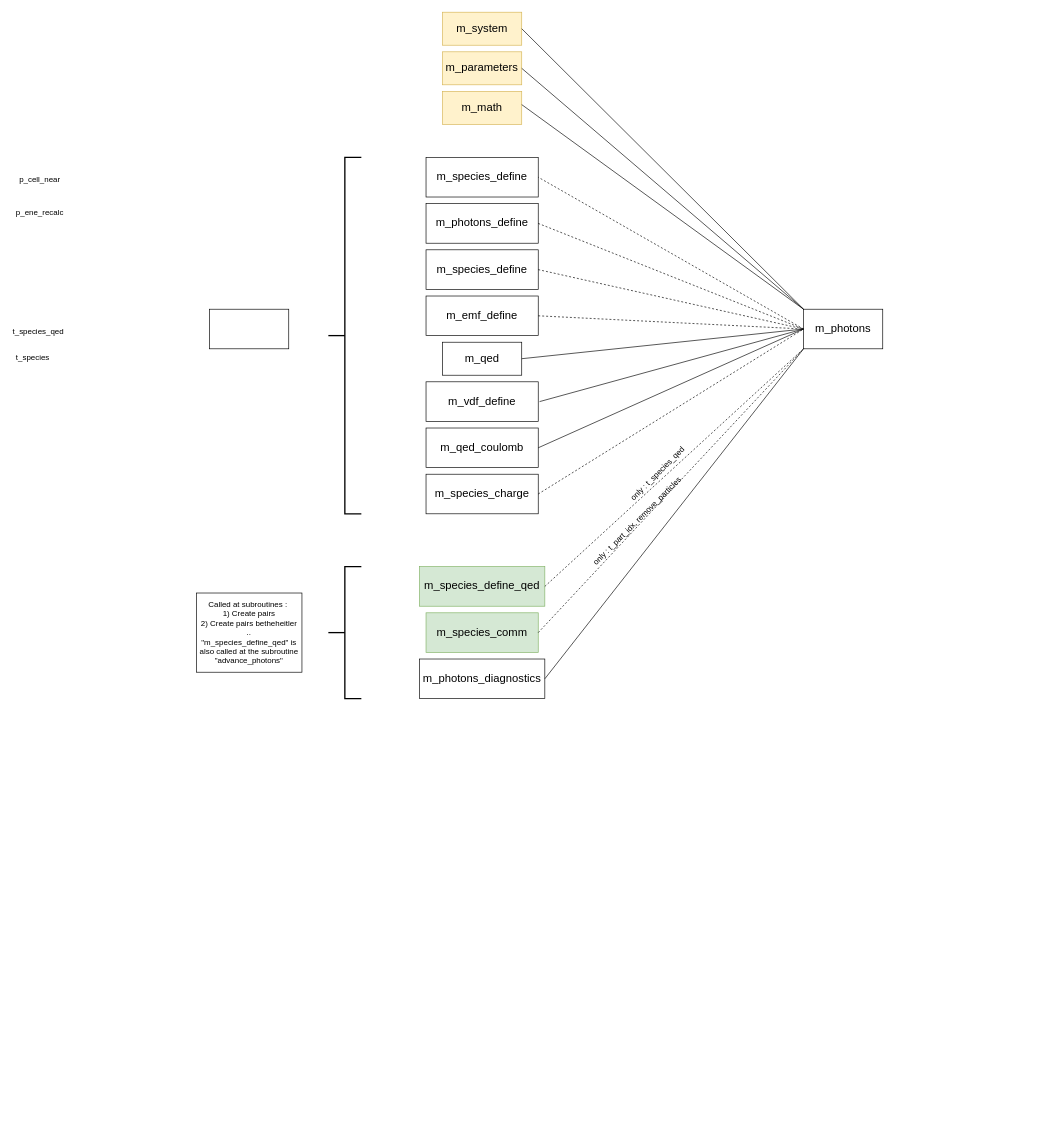
Earlier version of the draw.io diagram Photon-Pusher-Dependency-Tree.drawio (MilesRadford/Osiris-Axions). Source tidied: cells renumbered, new cells numbered last; positions are measured from the earlier drawing's top-left corner, leaving out a move shared by most shapes. Both pictures are drawn from the tidied source at 66%, with x=0, y=0 at pixel (11, 12).
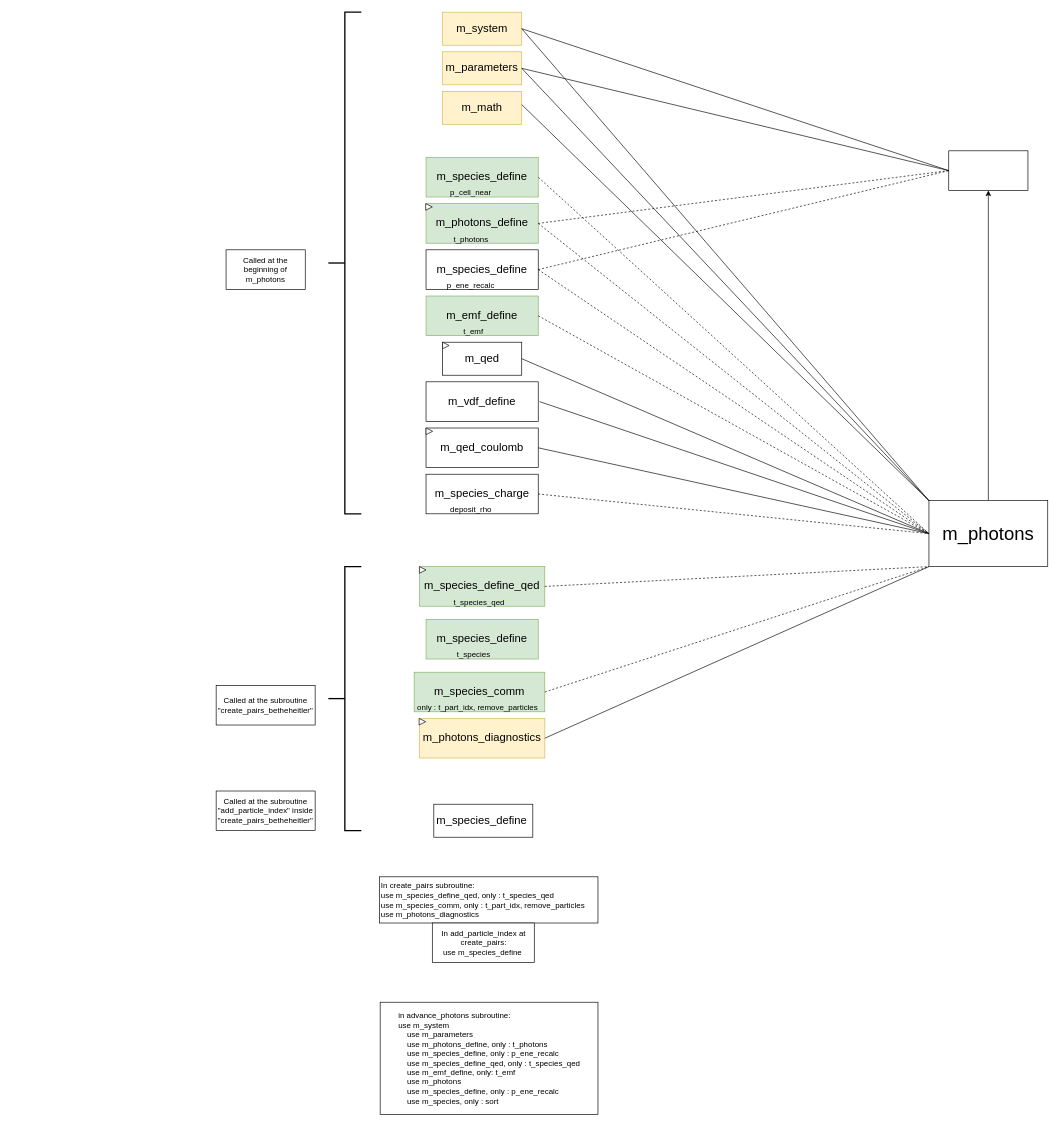
After the change.

Unchanged cells that the change refers to:
```xml
<mxCell id="3" value="&lt;font style=&quot;font-size: 17px;&quot;&gt;m_system&lt;/font&gt;" style="rounded=0;whiteSpace=wrap;html=1;fillColor=#fff2cc;strokeColor=#d6b656;" parent="1" vertex="1">
  <mxGeometry x="653" width="120" height="50" as="geometry" />
</mxCell>
<mxCell id="4" value="&lt;font style=&quot;font-size: 17px;&quot;&gt;m_parameters&lt;/font&gt;" style="rounded=0;whiteSpace=wrap;html=1;fillColor=#fff2cc;strokeColor=#d6b656;" parent="1" vertex="1">
  <mxGeometry x="653" y="60" width="120" height="50" as="geometry" />
</mxCell>
<mxCell id="9" value="&lt;font style=&quot;font-size: 17px;&quot;&gt;m_species_define&lt;/font&gt;" style="rounded=0;whiteSpace=wrap;html=1;" parent="1" vertex="1">
  <mxGeometry x="628" y="360" width="170" height="60" as="geometry" />
</mxCell>
```

What changed in the source:
```diff
@@
+    <mxCell id="42" style="edgeStyle=orthogonalEdgeStyle;rounded=0;jettySize=auto;html=1;exitX=0.5;exitY=0;exitDx=0;exitDy=0;entryX=0.5;entryY=1;entryDx=0;entryDy=0;" parent="1" edge="1" source="2" target="43">
+      <mxGeometry relative="1" as="geometry" />
+    </mxCell>
-    <mxCell id="2" value="&lt;font style=&quot;font-size: 17px;&quot;&gt;m_photons&lt;/font&gt;" style="rounded=0;whiteSpace=wrap;html=1;" parent="1" vertex="1">
-      <mxGeometry x="1200" y="450" width="120" height="60" as="geometry" />
+    <mxCell id="2" value="&lt;font style=&quot;font-size: 28px;&quot;&gt;m_photons&lt;/font&gt;" style="rounded=0;whiteSpace=wrap;html=1;" parent="1" vertex="1">
+      <mxGeometry x="1390" y="740" width="180" height="100" as="geometry" />
     </mxCell>
@@
-    <mxCell id="6" value="&lt;font style=&quot;font-size: 17px;&quot;&gt;m_species_define&lt;/font&gt;" style="rounded=0;whiteSpace=wrap;html=1;" parent="1" vertex="1">
+    <mxCell id="6" value="&lt;font style=&quot;font-size: 17px;&quot;&gt;m_species_define&lt;/font&gt;" style="rounded=0;whiteSpace=wrap;html=1;fillColor=#d5e8d4;strokeColor=#82b366;" parent="1" vertex="1">
       <mxGeometry x="628" y="220" width="170" height="60" as="geometry" />
     </mxCell>
@@
-    <mxCell id="10" value="&lt;font style=&quot;font-size: 17px;&quot;&gt;m_emf_define&lt;/font&gt;" style="rounded=0;whiteSpace=wrap;html=1;" parent="1" vertex="1">
+    <mxCell id="10" value="&lt;font style=&quot;font-size: 17px;&quot;&gt;m_emf_define&lt;/font&gt;" style="rounded=0;whiteSpace=wrap;html=1;fillColor=#d5e8d4;strokeColor=#82b366;" parent="1" vertex="1">
       <mxGeometry x="628" y="430" width="170" height="60" as="geometry" />
     </mxCell>
@@
-    <mxCell id="12" value="&lt;font style=&quot;font-size: 17px;&quot;&gt;m_photons_define&lt;/font&gt;" style="rounded=0;whiteSpace=wrap;html=1;" parent="1" vertex="1">
+    <mxCell id="12" value="&lt;font style=&quot;font-size: 17px;&quot;&gt;m_photons_define&lt;/font&gt;" style="rounded=0;whiteSpace=wrap;html=1;fillColor=#d5e8d4;strokeColor=#82b366;" parent="1" vertex="1">
       <mxGeometry x="628" y="290" width="170" height="60" as="geometry" />
     </mxCell>
@@
     <mxCell id="15" value="&lt;font style=&quot;font-size: 17px;&quot;&gt;m_species_comm&lt;/font&gt;" style="rounded=0;whiteSpace=wrap;html=1;fillColor=#d5e8d4;strokeColor=#82b366;" parent="1" vertex="1">
-      <mxGeometry x="628" y="910" width="170" height="60" as="geometry" />
+      <mxGeometry x="610" y="1000" width="198" height="60" as="geometry" />
     </mxCell>
-    <mxCell id="16" value="&lt;font style=&quot;font-size: 17px;&quot;&gt;m_photons_diagnostics&lt;/font&gt;" style="rounded=0;whiteSpace=wrap;html=1;" parent="1" vertex="1">
-      <mxGeometry x="618" y="980" width="190" height="60" as="geometry" />
+    <mxCell id="16" value="&lt;font style=&quot;font-size: 17px;&quot;&gt;m_photons_diagnostics&lt;/font&gt;" style="rounded=0;whiteSpace=wrap;html=1;fillColor=#fff2cc;strokeColor=#d6b656;" parent="1" vertex="1">
+      <mxGeometry x="618" y="1070" width="190" height="60" as="geometry" />
     </mxCell>
@@
-    <mxCell id="19" style="endArrow=none;html=1;rounded=0;entryX=1;entryY=0.5;entryDx=0;entryDy=0;" parent="1" edge="1">
+    <mxCell id="19" style="endArrow=none;html=1;rounded=0;entryX=1;entryY=0.5;entryDx=0;entryDy=0;exitX=0;exitY=0;exitDx=0;exitDy=0;" parent="1" edge="1" source="2">
       <mxGeometry relative="1" as="geometry">
-        <mxPoint x="1200" y="450" as="sourcePoint" />
         <mxPoint x="773" y="85" as="targetPoint" />
       </mxGeometry>
     </mxCell>
@@
-    <mxCell id="22" style="endArrow=none;html=1;rounded=0;" parent="1" edge="1">
+    <mxCell id="22" style="endArrow=none;html=1;rounded=0;exitX=0;exitY=0.5;exitDx=0;exitDy=0;" parent="1" edge="1" source="2">
       <mxGeometry relative="1" as="geometry">
-        <mxPoint x="1200" y="480" as="sourcePoint" />
         <mxPoint x="800" y="590" as="targetPoint" />
       </mxGeometry>
     </mxCell>
@@
-    <mxCell id="30" value="only : t_species_qed" style="text;whiteSpace=wrap;rotation=-45;" parent="1" vertex="1">
-      <mxGeometry x="910" y="680" width="140" height="2.9" as="geometry" />
-    </mxCell>
-    <mxCell id="31" value="only : t_part_idx, remove_particles" style="text;whiteSpace=wrap;rotation=-45;" parent="1" vertex="1">
-      <mxGeometry x="840" y="750" width="220" as="geometry" />
-    </mxCell>
-    <mxCell id="32" style="endArrow=none;dashed=1;html=1;rounded=0;exitX=1;exitY=0.5;exitDx=0;exitDy=0;" parent="1" edge="1" source="15">
-      <mxGeometry relative="1" as="geometry">
-        <mxPoint x="1200" y="510" as="targetPoint" />
-      </mxGeometry>
+    <mxCell id="32" style="endArrow=none;dashed=1;html=1;rounded=0;exitX=1;exitY=0.5;exitDx=0;exitDy=0;entryX=0;entryY=1;entryDx=0;entryDy=0;" parent="1" edge="1" source="15" target="2">
+      <mxGeometry relative="1" as="geometry" />
     </mxCell>
@@
     <mxCell id="34" style="strokeWidth=2;html=1;shape=mxgraph.flowchart.annotation_2;align=left;labelPosition=right;" parent="1" vertex="1">
-      <mxGeometry x="480" y="840" width="50" height="200" as="geometry" />
+      <mxGeometry x="480" y="840" width="50" height="400" as="geometry" />
     </mxCell>
-    <mxCell id="35" style="rounded=0;whiteSpace=wrap;html=1;" parent="1" vertex="1">
-      <mxGeometry x="300" y="450" width="120" height="60" as="geometry" />
+    <mxCell id="35" value="Called at the subroutine &quot;create_pairs_betheheitler&quot;" style="rounded=0;whiteSpace=wrap;html=1;" parent="1" vertex="1">
+      <mxGeometry x="310" y="1020" width="150" height="60" as="geometry" />
     </mxCell>
-    <mxCell id="36" value="Called at subroutines :&amp;nbsp;&lt;div&gt;1) Create pairs&lt;/div&gt;&lt;div&gt;2) Create pairs betheheitler&lt;/div&gt;&lt;div&gt;..&lt;/div&gt;&lt;div&gt;&quot;m_species_define_qed&quot; is also called at the subroutine &quot;advance_photons&quot;&lt;br&gt;&lt;/div&gt;" style="rounded=0;whiteSpace=wrap;html=1;" parent="1" vertex="1">
-      <mxGeometry x="280" y="880" width="160" height="120" as="geometry" />
-    </mxCell>
     <mxCell id="37" style="strokeWidth=2;html=1;shape=mxgraph.flowchart.annotation_2;align=left;labelPosition=right;" parent="1" vertex="1">
-      <mxGeometry x="480" y="220" width="50" height="540" as="geometry" />
+      <mxGeometry x="480" width="50" height="760" as="geometry" />
     </mxCell>
+    <mxCell id="43" style="rounded=0;whiteSpace=wrap;html=1;" parent="1" vertex="1">
+      <mxGeometry x="1420" y="210" width="120" height="60" as="geometry" />
+    </mxCell>
+    <mxCell id="44" style="endArrow=none;html=1;rounded=0;exitX=1;exitY=0.5;exitDx=0;exitDy=0;entryX=0;entryY=0.5;entryDx=0;entryDy=0;" parent="1" edge="1" source="3" target="43">
+      <mxGeometry relative="1" as="geometry" />
+    </mxCell>
+    <mxCell id="45" style="endArrow=none;html=1;rounded=0;entryX=0;entryY=0.5;entryDx=0;entryDy=0;exitX=1;exitY=0.5;exitDx=0;exitDy=0;" parent="1" edge="1" source="4" target="43">
+      <mxGeometry relative="1" as="geometry" />
+    </mxCell>
+    <mxCell id="46" style="endArrow=none;dashed=1;html=1;rounded=0;entryX=0;entryY=0.5;entryDx=0;entryDy=0;exitX=1;exitY=0.5;exitDx=0;exitDy=0;" parent="1" edge="1" source="12" target="43">
+      <mxGeometry relative="1" as="geometry" />
+    </mxCell>
+    <mxCell id="47" style="endArrow=none;dashed=1;html=1;rounded=0;entryX=0;entryY=0.5;entryDx=0;entryDy=0;exitX=1;exitY=0.5;exitDx=0;exitDy=0;" parent="1" edge="1" source="9" target="43">
+      <mxGeometry relative="1" as="geometry" />
+    </mxCell>
+    <mxCell id="48" style="triangle;whiteSpace=wrap;html=1;" parent="1" vertex="1">
+      <mxGeometry x="627.5" y="290" width="10" height="10" as="geometry" />
+    </mxCell>
     <mxCell id="38" value="p_cell_near" style="text;whiteSpace=wrap;" parent="1" vertex="1">
-      <mxGeometry x="10" y="240" width="100" height="40" as="geometry" />
+      <mxGeometry x="663" y="260" width="100" height="40" as="geometry" />
     </mxCell>
+    <mxCell id="49" value="t_photons" style="text;whiteSpace=wrap;" parent="1" vertex="1">
+      <mxGeometry x="668" y="330" width="90" height="40" as="geometry" />
+    </mxCell>
     <mxCell id="39" value="p_ene_recalc" style="text;whiteSpace=wrap;" parent="1" vertex="1">
-      <mxGeometry x="5" y="290" width="110" height="40" as="geometry" />
+      <mxGeometry x="658" y="400" width="110" height="40" as="geometry" />
     </mxCell>
+    <mxCell id="50" value="t_emf" style="text;whiteSpace=wrap;" parent="1" vertex="1">
+      <mxGeometry x="683" y="470" width="60" height="40" as="geometry" />
+    </mxCell>
+    <mxCell id="51" value="deposit_rho" style="text;whiteSpace=wrap;" parent="1" vertex="1">
+      <mxGeometry x="663" y="740" width="100" height="40" as="geometry" />
+    </mxCell>
     <mxCell id="40" value="t_species_qed" style="text;whiteSpace=wrap;" parent="1" vertex="1">
-      <mxGeometry y="470" width="110" height="40" as="geometry" />
+      <mxGeometry x="668" y="880" width="110" height="40" as="geometry" />
     </mxCell>
+    <mxCell id="52" value="&lt;font style=&quot;font-size: 17px;&quot;&gt;m_species_define&lt;/font&gt;" style="rounded=0;whiteSpace=wrap;html=1;fillColor=#d5e8d4;strokeColor=#82b366;" parent="1" vertex="1">
+      <mxGeometry x="628" y="920" width="170" height="60" as="geometry" />
+    </mxCell>
     <mxCell id="41" value="t_species" style="text;whiteSpace=wrap;" parent="1" vertex="1">
-      <mxGeometry x="5" y="510" width="80" height="40" as="geometry" />
+      <mxGeometry x="673" y="960" width="80" height="40" as="geometry" />
     </mxCell>
+    <mxCell id="31" value="only : t_part_idx, remove_particles" style="text;whiteSpace=wrap;" parent="1" vertex="1">
+      <mxGeometry x="613" y="1040" width="220" height="40" as="geometry" />
+    </mxCell>
+    <mxCell id="53" value="&lt;div style=&quot;&quot;&gt;&lt;span style=&quot;background-color: initial;&quot;&gt;In create_pairs subroutine:&lt;/span&gt;&lt;/div&gt;&lt;div&gt;&lt;div style=&quot;&quot;&gt;&lt;span style=&quot;background-color: initial;&quot;&gt;use m_species_define_qed, only : t_species_qed&lt;/span&gt;&lt;/div&gt;&lt;span style=&quot;&quot;&gt;&lt;div style=&quot;&quot;&gt;&lt;span style=&quot;background-color: initial;&quot;&gt;use m_species_comm, only : t_part_idx, remove_particles&lt;/span&gt;&lt;/div&gt;&lt;/span&gt;&lt;span style=&quot;&quot;&gt;&lt;div style=&quot;&quot;&gt;&lt;span style=&quot;background-color: initial;&quot;&gt;use m_photons_diagnostics&lt;/span&gt;&lt;/div&gt;&lt;/span&gt;&lt;/div&gt;" style="rounded=0;whiteSpace=wrap;html=1;align=left;" parent="1" vertex="1">
+      <mxGeometry x="557.5" y="1310" width="331" height="70" as="geometry" />
+    </mxCell>
+    <mxCell id="54" value="In add_particle_index at create_pairs:&lt;div&gt;&lt;span style=&quot;text-align: left;&quot;&gt;use m_species_define&amp;nbsp;&lt;/span&gt;&lt;br&gt;&lt;/div&gt;" style="rounded=0;whiteSpace=wrap;html=1;" parent="1" vertex="1">
+      <mxGeometry x="637.5" y="1380" width="154.5" height="60" as="geometry" />
+    </mxCell>
+    <mxCell id="55" value="&lt;div style=&quot;text-align: left;&quot;&gt;&lt;span style=&quot;background-color: initial;&quot;&gt;in advance_photons subroutine:&lt;/span&gt;&lt;/div&gt;&lt;div&gt;&lt;div style=&quot;text-align: left;&quot;&gt;&lt;span style=&quot;background-color: initial;&quot;&gt;use m_system&lt;/span&gt;&lt;/div&gt;&lt;span style=&quot;&quot;&gt;&lt;div style=&quot;text-align: left;&quot;&gt;&lt;span style=&quot;background-color: initial;&quot;&gt;&amp;nbsp; &amp;nbsp; use m_parameters&lt;/span&gt;&lt;/div&gt;&lt;/span&gt;&lt;span style=&quot;&quot;&gt;&lt;div style=&quot;text-align: left;&quot;&gt;&lt;span style=&quot;background-color: initial;&quot;&gt;&amp;nbsp; &amp;nbsp; use m_photons_define, only : t_photons&lt;/span&gt;&lt;/div&gt;&lt;/span&gt;&lt;span style=&quot;&quot;&gt;&lt;div style=&quot;text-align: left;&quot;&gt;&lt;span style=&quot;background-color: initial;&quot;&gt;&amp;nbsp; &amp;nbsp; use m_species_define, only : p_ene_recalc&lt;/span&gt;&lt;/div&gt;&lt;/span&gt;&lt;span style=&quot;&quot;&gt;&lt;div style=&quot;text-align: left;&quot;&gt;&lt;span style=&quot;background-color: initial;&quot;&gt;&amp;nbsp; &amp;nbsp; use m_species_define_qed, only : t_species_qed&lt;/span&gt;&lt;/div&gt;&lt;/span&gt;&lt;span style=&quot;&quot;&gt;&lt;div style=&quot;text-align: left;&quot;&gt;&lt;span style=&quot;background-color: initial;&quot;&gt;&amp;nbsp; &amp;nbsp; use m_emf_define, only: t_emf&lt;/span&gt;&lt;/div&gt;&lt;/span&gt;&lt;span style=&quot;&quot;&gt;&lt;div style=&quot;text-align: left;&quot;&gt;&lt;span style=&quot;background-color: initial;&quot;&gt;&amp;nbsp; &amp;nbsp; use m_photons&lt;/span&gt;&lt;/div&gt;&lt;/span&gt;&lt;span style=&quot;&quot;&gt;&lt;div style=&quot;text-align: left;&quot;&gt;&lt;span style=&quot;background-color: initial;&quot;&gt;&amp;nbsp; &amp;nbsp; use m_species_define, only : p_ene_recalc&lt;/span&gt;&lt;/div&gt;&lt;/span&gt;&lt;span style=&quot;&quot;&gt;&lt;div style=&quot;text-align: left;&quot;&gt;&lt;span style=&quot;background-color: initial;&quot;&gt;&amp;nbsp; &amp;nbsp; use m_species, only : sort&lt;/span&gt;&lt;/div&gt;&lt;/span&gt;&lt;/div&gt;" style="rounded=0;whiteSpace=wrap;html=1;" parent="1" vertex="1">
+      <mxGeometry x="558.5" y="1500" width="330" height="170" as="geometry" />
+    </mxCell>
+    <mxCell id="56" value="&lt;span style=&quot;text-align: left;&quot;&gt;&lt;font style=&quot;font-size: 17px;&quot;&gt;m_species_define&amp;nbsp;&lt;/font&gt;&lt;/span&gt;" style="rounded=0;whiteSpace=wrap;html=1;" parent="1" vertex="1">
+      <mxGeometry x="639.8" y="1200" width="150" height="50" as="geometry" />
+    </mxCell>
+    <mxCell id="57" value="Called at the beginning of m_photons" style="rounded=0;whiteSpace=wrap;html=1;" parent="1" vertex="1">
+      <mxGeometry x="325" y="360" width="120" height="60" as="geometry" />
+    </mxCell>
+    <mxCell id="58" value="Called at the subroutine &quot;add_particle_index&quot; inside &quot;create_pairs_betheheitler&quot;" style="rounded=0;whiteSpace=wrap;html=1;" parent="1" vertex="1">
+      <mxGeometry x="310" y="1180" width="150" height="60" as="geometry" />
+    </mxCell>
+    <mxCell id="59" style="triangle;whiteSpace=wrap;html=1;" parent="1" vertex="1">
+      <mxGeometry x="653" y="500" width="10" height="10" as="geometry" />
+    </mxCell>
+    <mxCell id="60" style="triangle;whiteSpace=wrap;html=1;" parent="1" vertex="1">
+      <mxGeometry x="617.5" y="1070" width="10" height="10" as="geometry" />
+    </mxCell>
+    <mxCell id="61" style="triangle;whiteSpace=wrap;html=1;" parent="1" vertex="1">
+      <mxGeometry x="618" y="840" width="10" height="10" as="geometry" />
+    </mxCell>
+    <mxCell id="62" style="triangle;whiteSpace=wrap;html=1;" parent="1" vertex="1">
+      <mxGeometry x="628" y="630" width="10" height="10" as="geometry" />
+    </mxCell>
```
